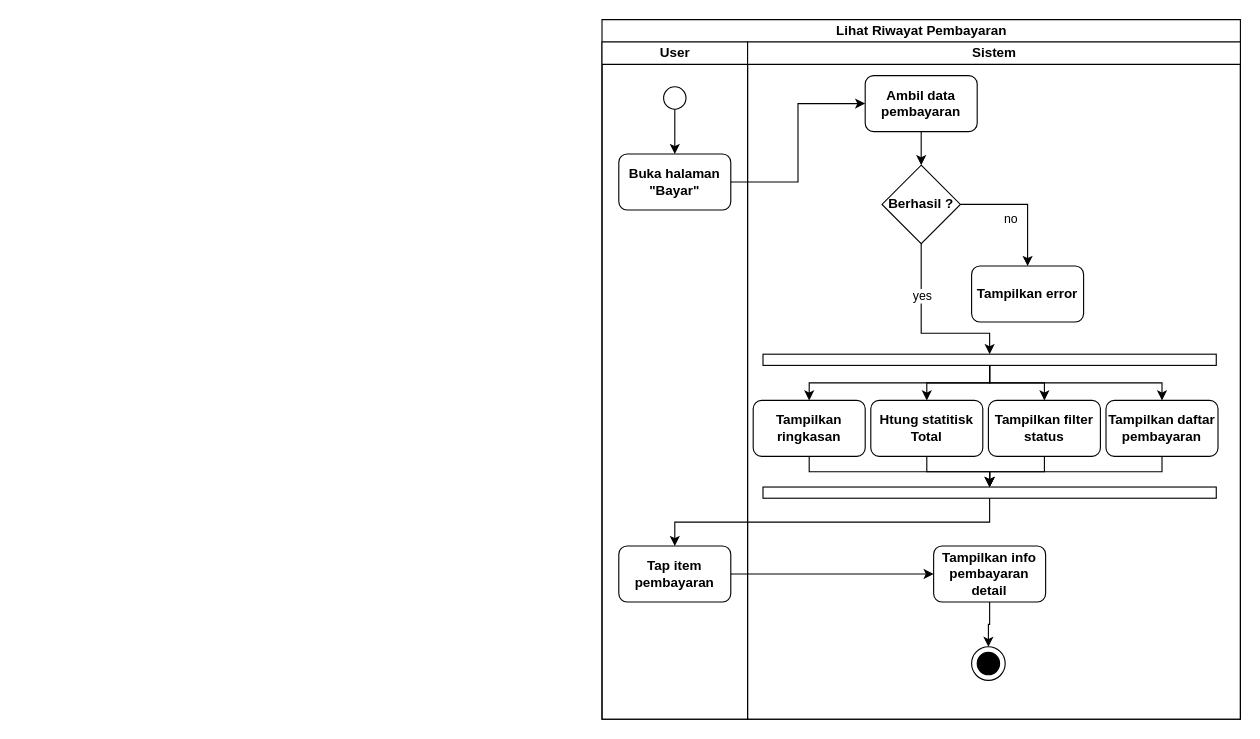
Earlier version of the draw.io diagram page "lihat riwayat pembayaran" (10 of 19) of assets/uml/activity-diagram.drawio (RIOKOWI/warmindo_purnama_flutter). Source tidied: cells renumbered, new cells numbered last; positions are measured from the earlier drawing's top-left corner, leaving out a move shared by most shapes. Both pictures are drawn from the tidied source at 112%, with x=0, y=0 at pixel (19, 19).
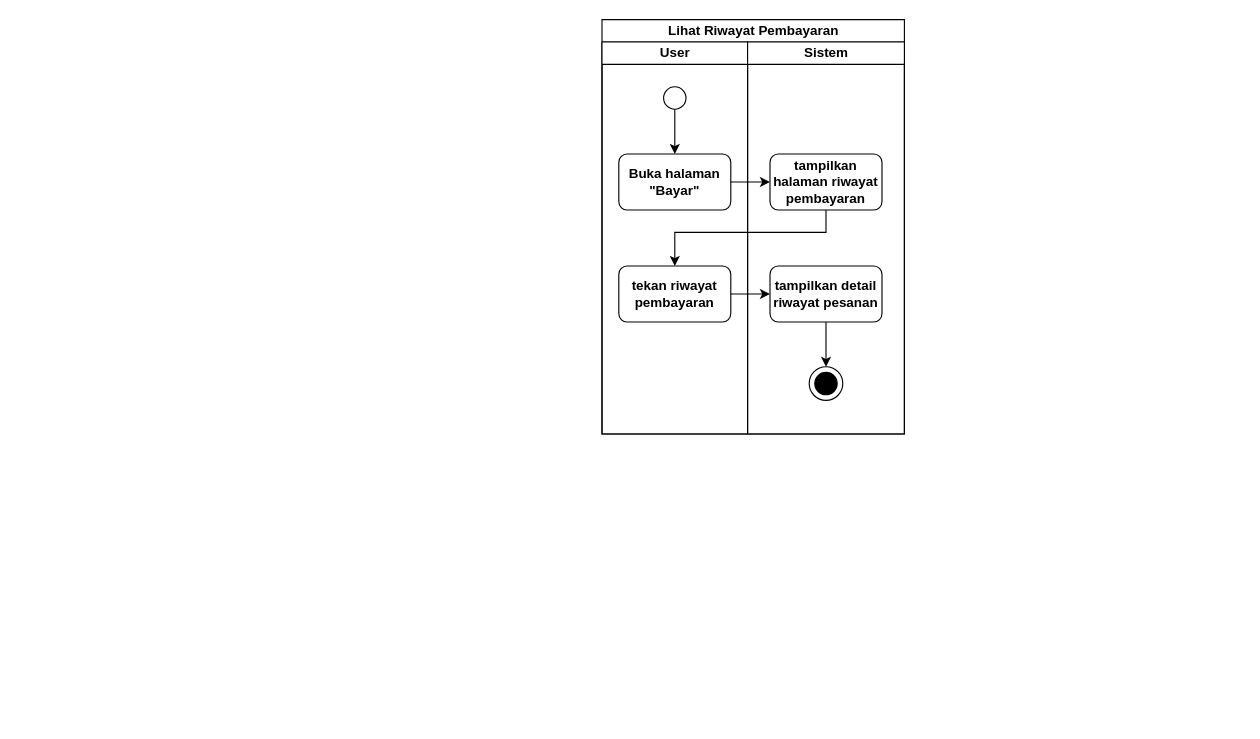
After the change.

The change refers to these unchanged cells:
```xml
<mxCell id="35" style="ellipse;whiteSpace=wrap;html=1;strokeColor=default;align=center;verticalAlign=middle;fontFamily=Helvetica;fontSize=12;fontColor=default;fontStyle=1;fillColor=default;" parent="34" vertex="1">
  <mxGeometry width="30" height="30" as="geometry" />
</mxCell>
```

Change to the diagram source:
```diff
@@
     <mxCell id="3" value="Lihat Riwayat Pembayaran" style="swimlane;startSize=20;html=1;" parent="1" vertex="1">
-      <mxGeometry x="520" width="570" height="624.7" as="geometry" />
+      <mxGeometry x="520" width="270" height="370" as="geometry" />
     </mxCell>
     <mxCell id="4" value="User" style="swimlane;startSize=20;html=1;" parent="3" vertex="1">
-      <mxGeometry y="20" width="130" height="604.7" as="geometry" />
+      <mxGeometry y="20" width="130" height="350" as="geometry" />
     </mxCell>
@@
-    <mxCell id="8" value="Tap item pembayaran" style="rounded=1;whiteSpace=wrap;html=1;strokeColor=default;align=center;verticalAlign=middle;fontFamily=Helvetica;fontSize=12;fontColor=default;fontStyle=1;fillColor=default;" parent="4" vertex="1">
-      <mxGeometry x="15" y="450" width="100" height="50" as="geometry" />
-    </mxCell>
+    <mxCell id="17" value="tekan riwayat pembayaran" style="rounded=1;whiteSpace=wrap;html=1;strokeColor=default;align=center;verticalAlign=middle;fontFamily=Helvetica;fontSize=12;fontColor=default;fontStyle=1;fillColor=default;" parent="4" vertex="1">
+      <mxGeometry x="15" y="200" width="100" height="50" as="geometry" />
+    </mxCell>
     <mxCell id="9" value="Sistem" style="swimlane;startSize=20;html=1;" parent="3" vertex="1">
-      <mxGeometry x="130" y="20" width="440" height="604.7" as="geometry" />
+      <mxGeometry x="130" y="20" width="140" height="350" as="geometry" />
     </mxCell>
-    <mxCell id="10" style="edgeStyle=orthogonalEdgeStyle;shape=connector;rounded=0;html=1;entryX=0.5;entryY=0;entryDx=0;entryDy=0;strokeColor=default;align=center;verticalAlign=middle;fontFamily=Helvetica;fontSize=11;fontColor=default;labelBackgroundColor=default;endArrow=classic;curved=0;" parent="9" edge="1" source="11" target="16">
-      <mxGeometry relative="1" as="geometry" />
-    </mxCell>
-    <mxCell id="11" value="Ambil data pembayaran" style="rounded=1;whiteSpace=wrap;html=1;strokeColor=default;align=center;verticalAlign=middle;fontFamily=Helvetica;fontSize=12;fontColor=default;fontStyle=1;fillColor=default;" parent="9" vertex="1">
-      <mxGeometry x="105" y="30" width="100" height="50" as="geometry" />
+    <mxCell id="11" value="tampilkan halaman riwayat pembayaran" style="rounded=1;whiteSpace=wrap;html=1;strokeColor=default;align=center;verticalAlign=middle;fontFamily=Helvetica;fontSize=12;fontColor=default;fontStyle=1;fillColor=default;" parent="9" vertex="1">
+      <mxGeometry x="20" y="100" width="100" height="50" as="geometry" />
     </mxCell>
-    <mxCell id="12" style="edgeStyle=orthogonalEdgeStyle;shape=connector;rounded=0;html=1;entryX=0.5;entryY=0;entryDx=0;entryDy=0;strokeColor=default;align=center;verticalAlign=middle;fontFamily=Helvetica;fontSize=11;fontColor=default;labelBackgroundColor=default;endArrow=classic;curved=0;" parent="9" edge="1" source="16" target="17">
-      <mxGeometry relative="1" as="geometry" />
-    </mxCell>
-    <mxCell id="13" value="no" style="edgeLabel;html=1;align=center;verticalAlign=middle;fontFamily=Helvetica;fontSize=11;fontColor=default;labelBackgroundColor=default;" parent="12" vertex="1">
-      <mxGeometry x="-0.24" y="-12" relative="1" as="geometry" />
-    </mxCell>
-    <mxCell id="14" style="edgeStyle=orthogonalEdgeStyle;shape=connector;rounded=0;html=1;entryX=0;entryY=0.5;entryDx=0;entryDy=0;strokeColor=default;align=center;verticalAlign=middle;fontFamily=Helvetica;fontSize=11;fontColor=default;labelBackgroundColor=default;endArrow=classic;curved=0;" parent="9" edge="1" source="16" target="22">
-      <mxGeometry relative="1" as="geometry">
-        <Array as="points">
-          <mxPoint x="155" y="260" />
-          <mxPoint x="216" y="260" />
-        </Array>
-      </mxGeometry>
-    </mxCell>
-    <mxCell id="15" value="yes" style="edgeLabel;html=1;align=center;verticalAlign=middle;fontFamily=Helvetica;fontSize=11;fontColor=default;labelBackgroundColor=default;" parent="14" vertex="1">
-      <mxGeometry x="-0.42" relative="1" as="geometry" />
-    </mxCell>
-    <mxCell id="16" value="Berhasil ?" style="rhombus;whiteSpace=wrap;html=1;strokeColor=default;align=center;verticalAlign=middle;fontFamily=Helvetica;fontSize=12;fontColor=default;fontStyle=1;fillColor=default;" parent="9" vertex="1">
-      <mxGeometry x="120" y="110" width="70" height="70" as="geometry" />
-    </mxCell>
-    <mxCell id="17" value="Tampilkan error" style="rounded=1;whiteSpace=wrap;html=1;strokeColor=default;align=center;verticalAlign=middle;fontFamily=Helvetica;fontSize=12;fontColor=default;fontStyle=1;fillColor=default;" parent="9" vertex="1">
-      <mxGeometry x="200" y="200" width="100" height="50" as="geometry" />
-    </mxCell>
-    <mxCell id="18" style="edgeStyle=orthogonalEdgeStyle;html=1;entryX=0.5;entryY=0;entryDx=0;entryDy=0;rounded=0;curved=0;" parent="9" edge="1" source="22" target="24">
-      <mxGeometry relative="1" as="geometry" />
-    </mxCell>
-    <mxCell id="19" style="edgeStyle=orthogonalEdgeStyle;shape=connector;rounded=0;html=1;entryX=0.5;entryY=0;entryDx=0;entryDy=0;strokeColor=default;align=center;verticalAlign=middle;fontFamily=Helvetica;fontSize=11;fontColor=default;labelBackgroundColor=default;endArrow=classic;curved=0;" parent="9" edge="1" source="22" target="26">
-      <mxGeometry relative="1" as="geometry" />
-    </mxCell>
-    <mxCell id="20" style="edgeStyle=orthogonalEdgeStyle;shape=connector;rounded=0;html=1;entryX=0.5;entryY=0;entryDx=0;entryDy=0;strokeColor=default;align=center;verticalAlign=middle;fontFamily=Helvetica;fontSize=11;fontColor=default;labelBackgroundColor=default;endArrow=classic;curved=0;" parent="9" edge="1" source="22" target="28">
-      <mxGeometry relative="1" as="geometry" />
-    </mxCell>
-    <mxCell id="21" style="edgeStyle=orthogonalEdgeStyle;shape=connector;rounded=0;html=1;entryX=0.5;entryY=0;entryDx=0;entryDy=0;strokeColor=default;align=center;verticalAlign=middle;fontFamily=Helvetica;fontSize=11;fontColor=default;labelBackgroundColor=default;endArrow=classic;curved=0;" parent="9" edge="1" source="22" target="30">
-      <mxGeometry relative="1" as="geometry" />
-    </mxCell>
-    <mxCell id="22" style="rounded=0;whiteSpace=wrap;html=1;rotation=90;" parent="9" vertex="1">
-      <mxGeometry x="211.1" y="81.4" width="10" height="404.7" as="geometry" />
-    </mxCell>
-    <mxCell id="23" style="edgeStyle=orthogonalEdgeStyle;shape=connector;rounded=0;html=1;entryX=0;entryY=0.5;entryDx=0;entryDy=0;strokeColor=default;align=center;verticalAlign=middle;fontFamily=Helvetica;fontSize=11;fontColor=default;labelBackgroundColor=default;endArrow=classic;curved=0;" parent="9" edge="1" source="24" target="31">
-      <mxGeometry relative="1" as="geometry" />
-    </mxCell>
-    <mxCell id="24" value="Tampilkan ringkasan" style="rounded=1;whiteSpace=wrap;html=1;strokeColor=default;align=center;verticalAlign=middle;fontFamily=Helvetica;fontSize=12;fontColor=default;fontStyle=1;fillColor=default;" parent="9" vertex="1">
-      <mxGeometry x="5" y="320" width="100" height="50" as="geometry" />
-    </mxCell>
-    <mxCell id="25" style="edgeStyle=orthogonalEdgeStyle;shape=connector;rounded=0;html=1;entryX=0;entryY=0.5;entryDx=0;entryDy=0;strokeColor=default;align=center;verticalAlign=middle;fontFamily=Helvetica;fontSize=11;fontColor=default;labelBackgroundColor=default;endArrow=classic;curved=0;" parent="9" edge="1" source="26" target="31">
-      <mxGeometry relative="1" as="geometry" />
-    </mxCell>
-    <mxCell id="26" value="Htung statitisk Total" style="rounded=1;whiteSpace=wrap;html=1;strokeColor=default;align=center;verticalAlign=middle;fontFamily=Helvetica;fontSize=12;fontColor=default;fontStyle=1;fillColor=default;" parent="9" vertex="1">
-      <mxGeometry x="110" y="320" width="100" height="50" as="geometry" />
-    </mxCell>
-    <mxCell id="27" style="edgeStyle=orthogonalEdgeStyle;shape=connector;rounded=0;html=1;entryX=0;entryY=0.5;entryDx=0;entryDy=0;strokeColor=default;align=center;verticalAlign=middle;fontFamily=Helvetica;fontSize=11;fontColor=default;labelBackgroundColor=default;endArrow=classic;curved=0;" parent="9" edge="1" source="28" target="31">
-      <mxGeometry relative="1" as="geometry" />
-    </mxCell>
-    <mxCell id="28" value="Tampilkan filter status" style="rounded=1;whiteSpace=wrap;html=1;strokeColor=default;align=center;verticalAlign=middle;fontFamily=Helvetica;fontSize=12;fontColor=default;fontStyle=1;fillColor=default;" parent="9" vertex="1">
-      <mxGeometry x="215" y="320" width="100" height="50" as="geometry" />
-    </mxCell>
-    <mxCell id="29" style="edgeStyle=orthogonalEdgeStyle;shape=connector;rounded=0;html=1;entryX=0;entryY=0.5;entryDx=0;entryDy=0;strokeColor=default;align=center;verticalAlign=middle;fontFamily=Helvetica;fontSize=11;fontColor=default;labelBackgroundColor=default;endArrow=classic;curved=0;" parent="9" edge="1" source="30" target="31">
-      <mxGeometry relative="1" as="geometry" />
-    </mxCell>
-    <mxCell id="30" value="Tampilkan daftar pembayaran" style="rounded=1;whiteSpace=wrap;html=1;strokeColor=default;align=center;verticalAlign=middle;fontFamily=Helvetica;fontSize=12;fontColor=default;fontStyle=1;fillColor=default;" parent="9" vertex="1">
-      <mxGeometry x="320" y="320" width="100" height="50" as="geometry" />
-    </mxCell>
-    <mxCell id="31" style="rounded=0;whiteSpace=wrap;html=1;rotation=90;" parent="9" vertex="1">
-      <mxGeometry x="211.1" y="200" width="10" height="404.7" as="geometry" />
-    </mxCell>
-    <mxCell id="32" style="edgeStyle=orthogonalEdgeStyle;shape=connector;rounded=0;html=1;entryX=0.5;entryY=0;entryDx=0;entryDy=0;strokeColor=default;align=center;verticalAlign=middle;fontFamily=Helvetica;fontSize=11;fontColor=default;labelBackgroundColor=default;endArrow=classic;curved=0;" parent="9" edge="1" source="33" target="35">
-      <mxGeometry relative="1" as="geometry" />
-    </mxCell>
-    <mxCell id="33" value="Tampilkan info pembayaran detail" style="rounded=1;whiteSpace=wrap;html=1;strokeColor=default;align=center;verticalAlign=middle;fontFamily=Helvetica;fontSize=12;fontColor=default;fontStyle=1;fillColor=default;" parent="9" vertex="1">
-      <mxGeometry x="166.1" y="450" width="100" height="50" as="geometry" />
-    </mxCell>
     <mxCell id="34" style="group;" parent="9" vertex="1">
-      <mxGeometry x="200" y="540" width="30" height="30" as="geometry" />
+      <mxGeometry x="55" y="290" width="30" height="30" as="geometry" />
     </mxCell>
@@
+    <mxCell id="40" style="edgeStyle=orthogonalEdgeStyle;shape=connector;curved=0;rounded=0;html=1;entryX=0.5;entryY=0;entryDx=0;entryDy=0;strokeColor=default;align=center;verticalAlign=middle;fontFamily=Helvetica;fontSize=12;fontColor=default;fontStyle=1;labelBackgroundColor=default;endArrow=classic;" parent="9" edge="1" source="8" target="35">
+      <mxGeometry relative="1" as="geometry" />
+    </mxCell>
+    <mxCell id="8" value="tampilkan detail riwayat pesanan" style="rounded=1;whiteSpace=wrap;html=1;strokeColor=default;align=center;verticalAlign=middle;fontFamily=Helvetica;fontSize=12;fontColor=default;fontStyle=1;fillColor=default;" parent="9" vertex="1">
+      <mxGeometry x="20" y="200" width="100" height="50" as="geometry" />
+    </mxCell>
@@
-    <mxCell id="38" style="edgeStyle=orthogonalEdgeStyle;shape=connector;rounded=0;html=1;entryX=0.5;entryY=0;entryDx=0;entryDy=0;strokeColor=default;align=center;verticalAlign=middle;fontFamily=Helvetica;fontSize=11;fontColor=default;labelBackgroundColor=default;endArrow=classic;exitX=1;exitY=0.5;exitDx=0;exitDy=0;curved=0;" parent="3" edge="1" source="31" target="8">
-      <mxGeometry relative="1" as="geometry" />
-    </mxCell>
-    <mxCell id="39" style="edgeStyle=orthogonalEdgeStyle;shape=connector;rounded=0;html=1;entryX=0;entryY=0.5;entryDx=0;entryDy=0;strokeColor=default;align=center;verticalAlign=middle;fontFamily=Helvetica;fontSize=11;fontColor=default;labelBackgroundColor=default;endArrow=classic;curved=0;" parent="3" edge="1" source="8" target="33">
-      <mxGeometry relative="1" as="geometry" />
-    </mxCell>
+    <mxCell id="41" style="edgeStyle=orthogonalEdgeStyle;shape=connector;curved=0;rounded=0;html=1;entryX=0.5;entryY=0;entryDx=0;entryDy=0;strokeColor=default;align=center;verticalAlign=middle;fontFamily=Helvetica;fontSize=12;fontColor=default;fontStyle=1;labelBackgroundColor=default;endArrow=classic;" parent="3" edge="1" source="11" target="17">
+      <mxGeometry relative="1" as="geometry">
+        <Array as="points">
+          <mxPoint x="200" y="190" />
+          <mxPoint x="65" y="190" />
+        </Array>
+      </mxGeometry>
+    </mxCell>
+    <mxCell id="42" style="edgeStyle=orthogonalEdgeStyle;shape=connector;curved=0;rounded=0;html=1;strokeColor=default;align=center;verticalAlign=middle;fontFamily=Helvetica;fontSize=12;fontColor=default;fontStyle=1;labelBackgroundColor=default;endArrow=classic;" parent="3" edge="1" source="17" target="8">
+      <mxGeometry relative="1" as="geometry" />
+    </mxCell>
```
